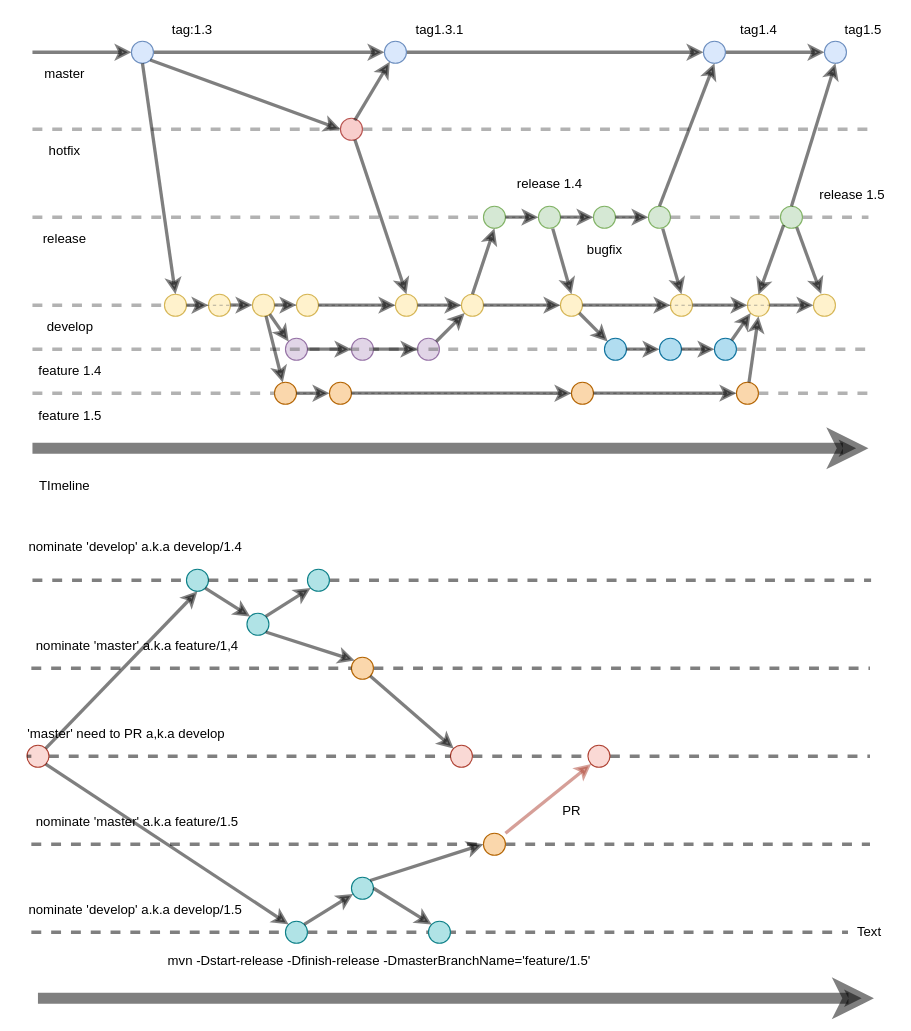
The draw.io diagram Untitled Diagram.drawio in anoyo-lin/domain-cdn-learning, before the edit. Source tidied: cells renumbered, new cells numbered last; positions are measured from the earlier drawing's top-left corner, leaving out a move shared by most shapes. Both pictures are drawn from the tidied source at 110%, with x=0, y=0 at pixel (21, 19).
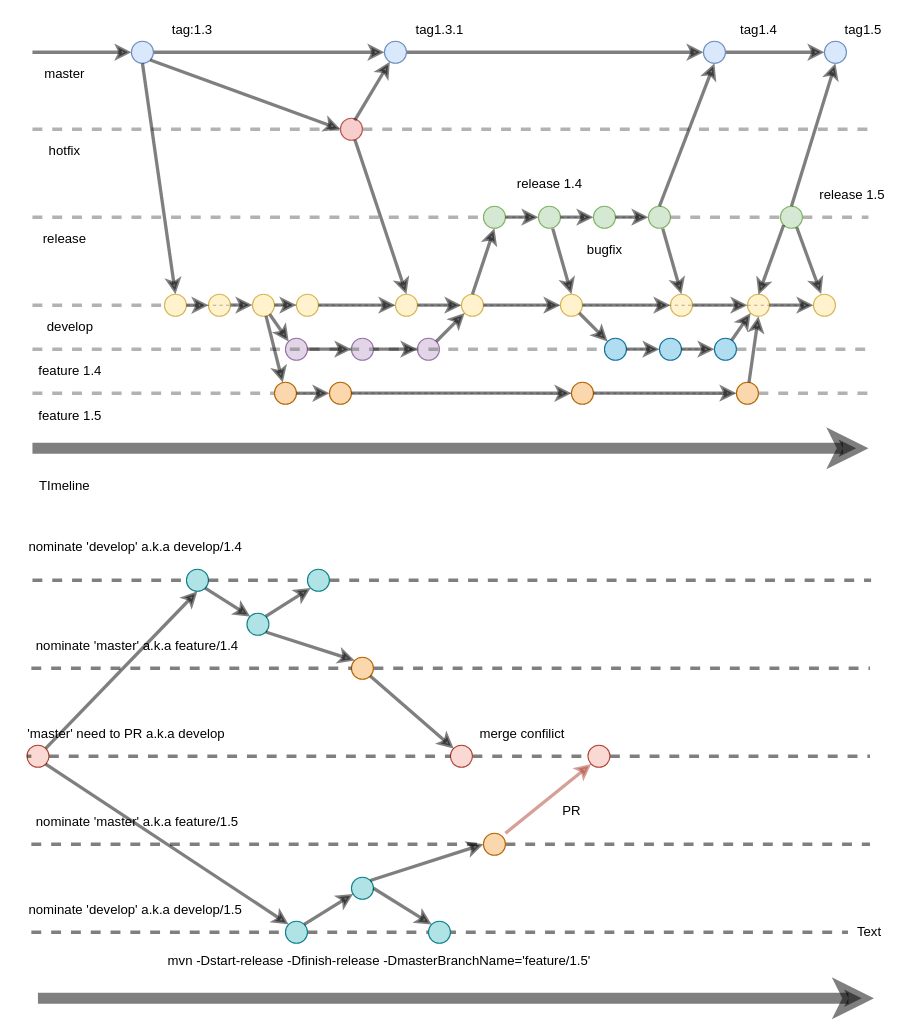
After the change.

Change to the diagram source:
```diff
@@
-    <mxCell id="120" value="nominate 'master' a.k.a feature/1,4" style="text;html=1;align=center;verticalAlign=middle;" parent="1" vertex="1">
+    <mxCell id="120" value="nominate 'master' a.k.a feature/1.4" style="text;html=1;align=center;verticalAlign=middle;" parent="1" vertex="1">
       <mxGeometry x="5" y="560" width="200" height="20" as="geometry" />
     </mxCell>
-    <mxCell id="121" value="'master' need to PR a,k.a develop" style="text;html=1;align=center;verticalAlign=middle;" parent="1" vertex="1">
+    <mxCell id="121" value="'master' need to PR a.k.a develop" style="text;html=1;align=center;verticalAlign=middle;" parent="1" vertex="1">
       <mxGeometry y="640" width="190" height="20" as="geometry" />
     </mxCell>
@@
+    <mxCell id="155" value="merge confilict" style="text;html=1;align=center;verticalAlign=middle;" parent="1" vertex="1">
+      <mxGeometry x="410" y="640" width="90" height="20" as="geometry" />
+    </mxCell>
```
